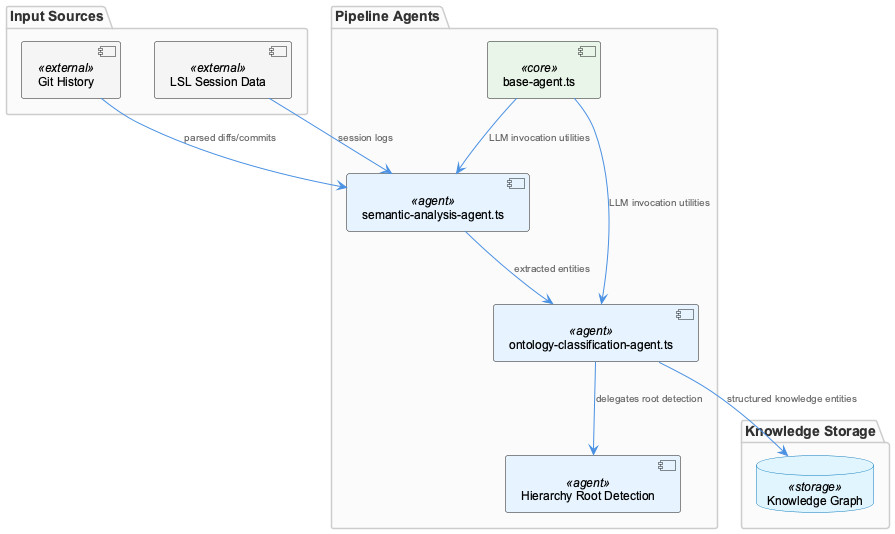
This is knowledge-management/insights/images/semantic-analysis-architecture.png from fwornle/coding, a PlantUML export, as it was before one commit. The source it was exported from:
```plantuml
@startuml
!include /Users/Q284340/Agentic/coding/docs/puml/_standard-style.puml

package "Input Sources" {
  component "Git History" as git <<external>>
  component "LSL Session Data" as lsl <<external>>
}

package "Pipeline Agents" {
  component "base-agent.ts" as base <<core>>
  component "semantic-analysis-agent.ts" as semantic <<agent>>
  component "ontology-classification-agent.ts" as ontology <<agent>>
  component "Hierarchy Root Detection" as hierarchy <<agent>>
}

package "Knowledge Storage" {
  database "Knowledge Graph" as kg <<storage>>
}

git --> semantic : "parsed diffs/commits"
lsl --> semantic : "session logs"

base --> semantic : "LLM invocation utilities"
base --> ontology : "LLM invocation utilities"

semantic --> ontology : "extracted entities"
ontology --> hierarchy : "delegates root detection"

ontology --> kg : "structured knowledge entities"

@enduml
```
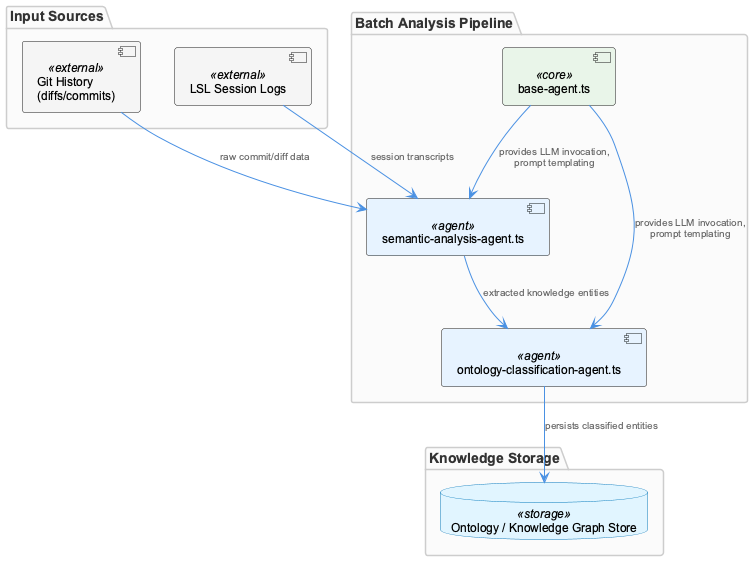
Later version of the same file.

What changed in the source:
```diff
@@ -2,30 +2,28 @@
 !include /Users/Q284340/Agentic/coding/docs/puml/_standard-style.puml
 
 package "Input Sources" {
-  component "Git History" as git <<external>>
-  component "LSL Session Data" as lsl <<external>>
+  component "Git History\n(diffs/commits)" as git <<external>>
+  component "LSL Session Logs" as lsl <<external>>
 }
 
-package "Pipeline Agents" {
+package "Batch Analysis Pipeline" {
   component "base-agent.ts" as base <<core>>
   component "semantic-analysis-agent.ts" as semantic <<agent>>
   component "ontology-classification-agent.ts" as ontology <<agent>>
-  component "Hierarchy Root Detection" as hierarchy <<agent>>
 }
 
 package "Knowledge Storage" {
-  database "Knowledge Graph" as kg <<storage>>
+  database "Ontology / Knowledge Graph Store" as kg <<storage>>
 }
 
-git --> semantic : "parsed diffs/commits"
-lsl --> semantic : "session logs"
+git --> semantic : "raw commit/diff data"
+lsl --> semantic : "session transcripts"
 
-base --> semantic : "LLM invocation utilities"
-base --> ontology : "LLM invocation utilities"
+base --> semantic : "provides LLM invocation,\nprompt templating"
+base --> ontology : "provides LLM invocation,\nprompt templating"
 
-semantic --> ontology : "extracted entities"
-ontology --> hierarchy : "delegates root detection"
+semantic --> ontology : "extracted knowledge entities"
 
-ontology --> kg : "structured knowledge entities"
+ontology --> kg : "persists classified entities"
 
 @enduml
```
